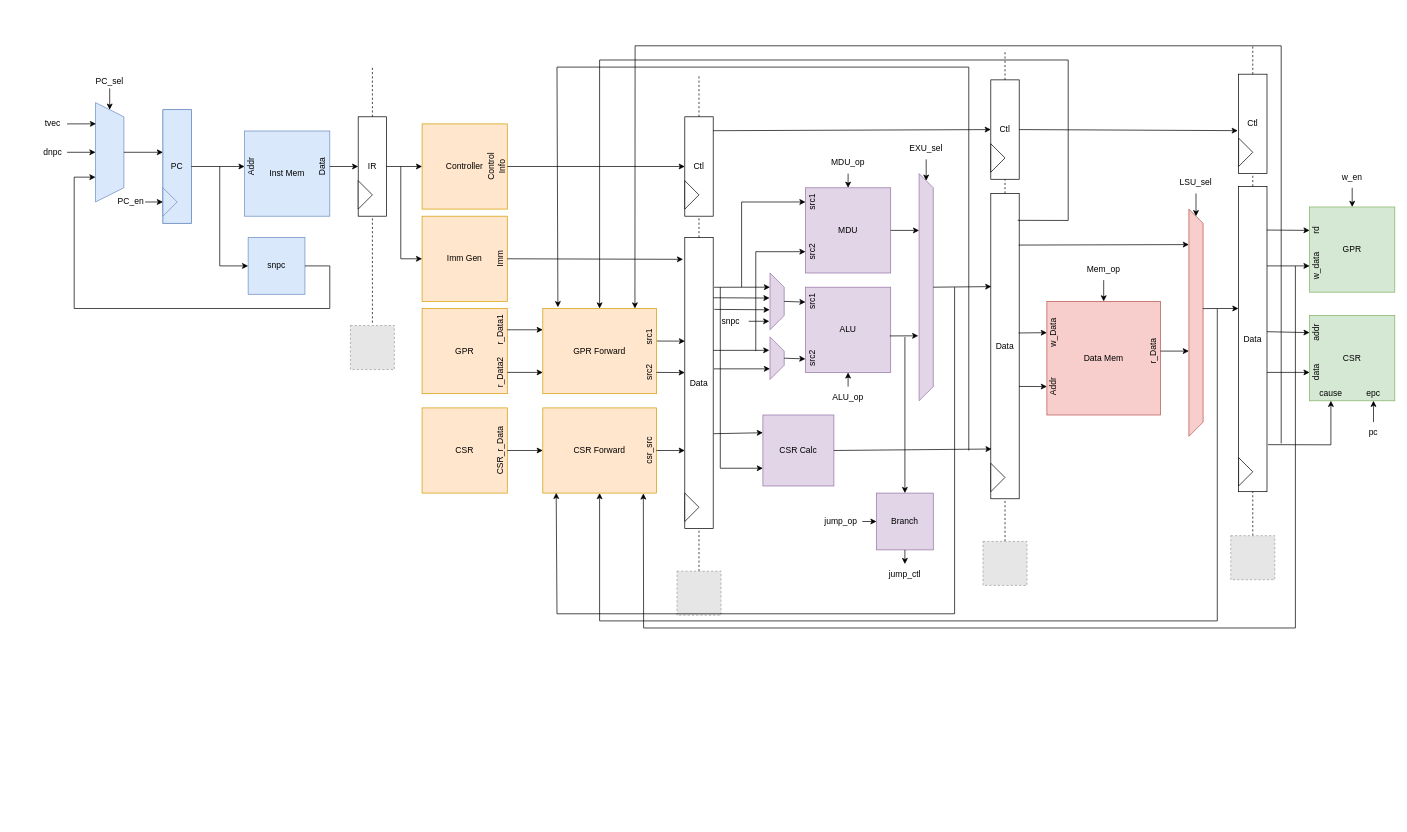
YEWPO/YPC keeps this draw.io diagram as docs/微架构设计.drawio. Above is the earlier version. Source tidied: cells renumbered, new cells numbered last; positions are measured from the earlier drawing's top-left corner, leaving out a move shared by most shapes. Both pictures are drawn from the tidied source at 71%, with x=0, y=0 at pixel (31, 45). Pictures stored in the file or linked from it are replaced by grey dashed boxes.
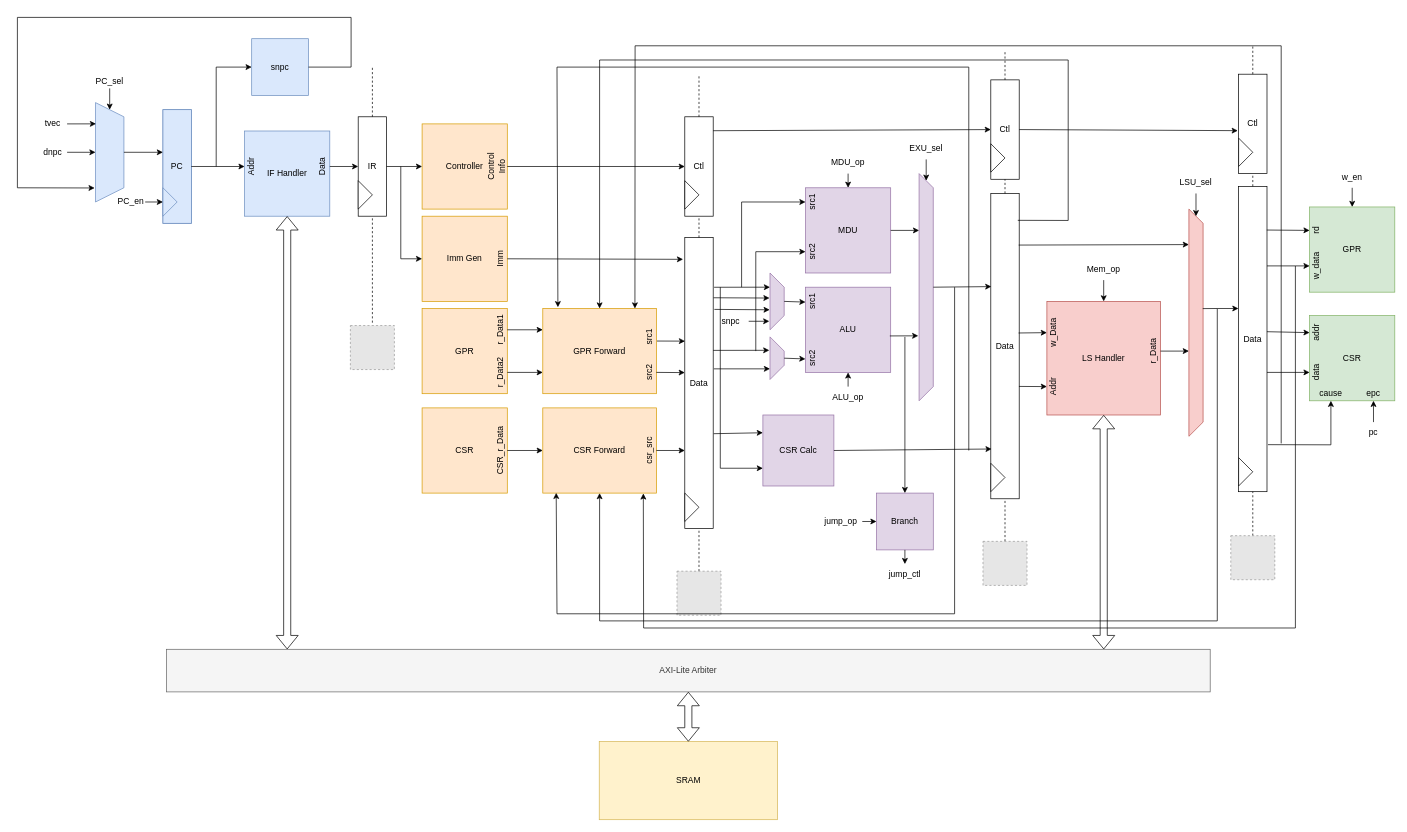
Above is the later version.

Unchanged cells that the change refers to:
```xml
<mxCell id="11" style="shape=trapezoid;perimeter=trapezoidPerimeter;whiteSpace=wrap;html=1;fixedSize=1;rotation=90;fillColor=#dae8fc;strokeColor=#6c8ebf;" parent="1" vertex="1">
  <mxGeometry x="40" y="130" width="140" height="40" as="geometry" />
</mxCell>
```

Diff of the diagram source:
```diff
@@
-    <mxCell id="5" value="Inst Mem" style="rounded=0;whiteSpace=wrap;html=1;fillColor=#dae8fc;strokeColor=#6c8ebf;" parent="1" vertex="1">
+    <mxCell id="5" value="IF Handler" style="rounded=0;whiteSpace=wrap;html=1;fillColor=#dae8fc;strokeColor=#6c8ebf;" parent="1" vertex="1">
       <mxGeometry x="300" y="120" width="120" height="120" as="geometry" />
     </mxCell>
@@
     <mxCell id="9" value="snpc" style="rounded=0;whiteSpace=wrap;html=1;fillColor=#dae8fc;strokeColor=#6c8ebf;" parent="1" vertex="1">
-      <mxGeometry x="305" y="270" width="80" height="80" as="geometry" />
+      <mxGeometry x="310" y="-10" width="80" height="80" as="geometry" />
     </mxCell>
     <mxCell id="10" style="endArrow=classic;html=1;rounded=0;entryX=0;entryY=0.5;entryDx=0;entryDy=0;" parent="1" edge="1" target="9">
       <mxGeometry relative="1" as="geometry">
-        <mxPoint x="265" y="170" as="sourcePoint" />
+        <mxPoint x="260" y="170" as="sourcePoint" />
         <Array as="points">
-          <mxPoint x="265" y="310" />
+          <mxPoint x="260" y="30" />
         </Array>
       </mxGeometry>
     </mxCell>
@@
-    <mxCell id="12" style="endArrow=classic;html=1;rounded=0;exitX=1;exitY=0.5;exitDx=0;exitDy=0;entryX=0.75;entryY=1;entryDx=0;entryDy=0;" parent="1" edge="1" source="9" target="11">
-      <mxGeometry relative="1" as="geometry">
-        <Array as="points">
-          <mxPoint x="420" y="310" />
-          <mxPoint x="420" y="370" />
-          <mxPoint x="60" y="370" />
-          <mxPoint x="60" y="185" />
-        </Array>
-      </mxGeometry>
-    </mxCell>
@@
-    <mxCell id="110" value="Data Mem" style="rounded=0;whiteSpace=wrap;html=1;fillColor=#f8cecc;strokeColor=#b85450;" parent="1" vertex="1">
+    <mxCell id="110" value="LS Handler" style="rounded=0;whiteSpace=wrap;html=1;fillColor=#f8cecc;strokeColor=#b85450;" parent="1" vertex="1">
       <mxGeometry x="1430" y="360" width="160" height="160" as="geometry" />
     </mxCell>
@@
+    <mxCell id="154" value="SRAM" style="rounded=0;whiteSpace=wrap;html=1;fillColor=#fff2cc;strokeColor=#d6b656;" parent="1" vertex="1">
+      <mxGeometry x="799.5" y="980" width="251" height="110" as="geometry" />
+    </mxCell>
+    <mxCell id="155" value="AXI-Lite Arbiter" style="rounded=0;whiteSpace=wrap;html=1;fillColor=#f5f5f5;fontColor=#333333;strokeColor=#666666;" parent="1" vertex="1">
+      <mxGeometry x="190" y="850" width="1470" height="60" as="geometry" />
+    </mxCell>
+    <mxCell id="12" style="endArrow=classic;html=1;rounded=0;exitX=1;exitY=0.5;exitDx=0;exitDy=0;entryX=0.859;entryY=1.03;entryDx=0;entryDy=0;entryPerimeter=0;" parent="1" edge="1" source="9" target="11">
+      <mxGeometry relative="1" as="geometry">
+        <Array as="points">
+          <mxPoint x="450" y="30" />
+          <mxPoint x="450" y="-40" />
+          <mxPoint x="-20" y="-40" />
+          <mxPoint x="-20" y="200" />
+        </Array>
+      </mxGeometry>
+    </mxCell>
+    <mxCell id="156" style="shape=flexArrow;endArrow=classic;startArrow=classic;html=1;rounded=0;entryX=0.5;entryY=1;entryDx=0;entryDy=0;" parent="1" edge="1" target="5">
+      <mxGeometry relative="1" as="geometry">
+        <mxPoint x="360" y="850" as="sourcePoint" />
+      </mxGeometry>
+    </mxCell>
+    <mxCell id="157" style="shape=flexArrow;endArrow=classic;startArrow=classic;html=1;rounded=0;entryX=0.5;entryY=1;entryDx=0;entryDy=0;exitX=0.898;exitY=0;exitDx=0;exitDy=0;exitPerimeter=0;" parent="1" edge="1" source="155" target="110">
+      <mxGeometry relative="1" as="geometry" />
+    </mxCell>
+    <mxCell id="158" style="shape=flexArrow;endArrow=classic;startArrow=classic;html=1;rounded=0;entryX=0.5;entryY=1;entryDx=0;entryDy=0;exitX=0.5;exitY=0;exitDx=0;exitDy=0;" parent="1" edge="1" source="154" target="155">
+      <mxGeometry relative="1" as="geometry" />
+    </mxCell>
```
